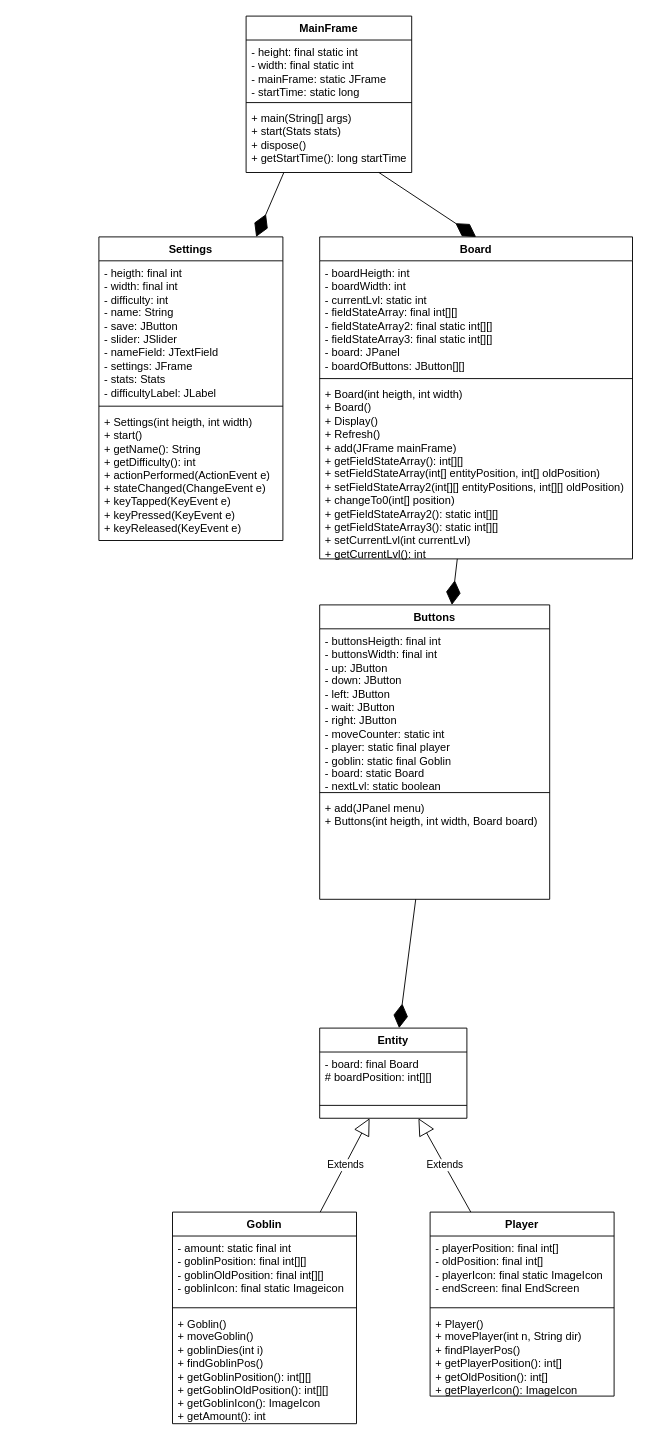
Earlier version of the draw.io diagram Untitled Diagram.drawio (jacob-w4/Java-simple-game). Source tidied: cells renumbered, new cells numbered last; positions are measured from the earlier drawing's top-left corner, leaving out a move shared by most shapes. Both pictures are drawn from the tidied source at 92%, with x=0, y=0 at pixel (98, 16).
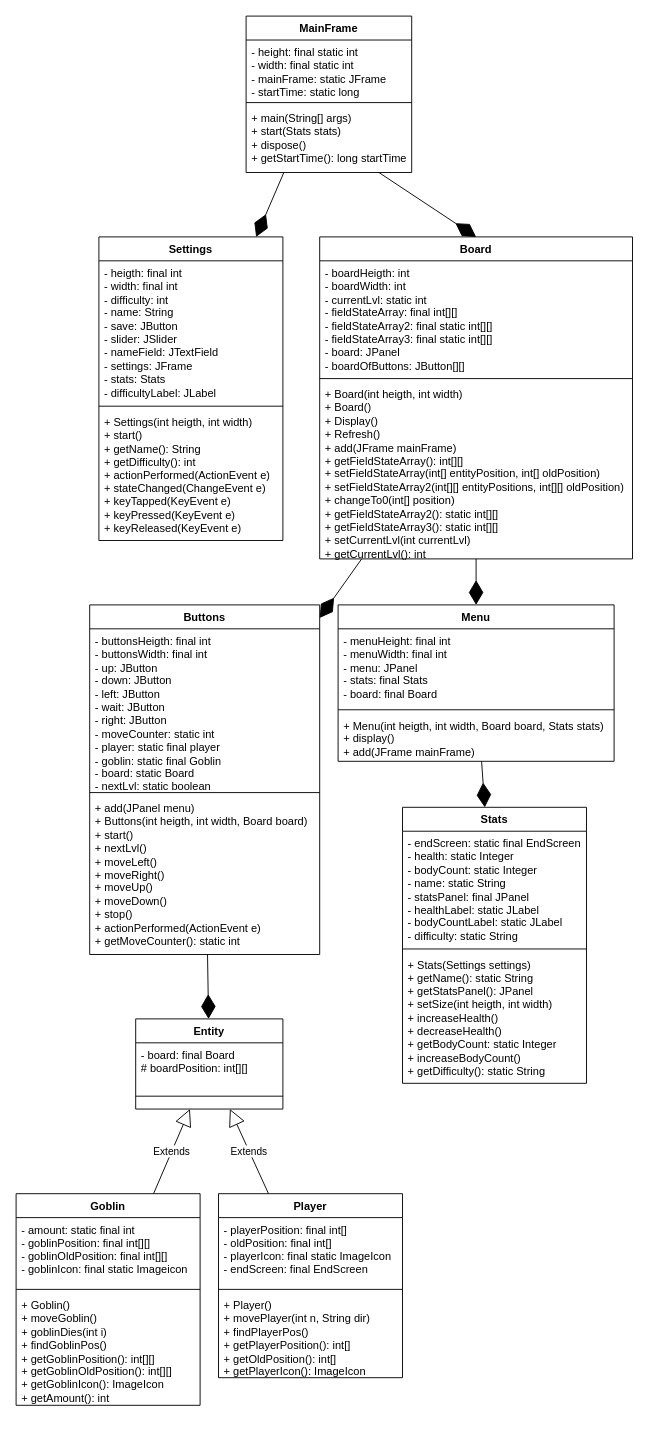
The same page after the edit.

Commit message:
Update Untitled Diagram 0_6.drawio

The change refers to these unchanged cells:
```xml
<mxCell id="21" value="Board" style="swimlane;fontStyle=1;align=center;verticalAlign=top;horizontal=1;startSize=26;whiteSpace=wrap;html=1;" parent="1" vertex="1">
  <mxGeometry x="240" y="240" width="340" height="350" as="geometry" />
</mxCell>
```

Diff of the diagram source:
```diff
@@
     <mxCell id="2" value="Entity" style="swimlane;fontStyle=1;align=center;verticalAlign=top;horizontal=1;startSize=26;whiteSpace=wrap;html=1;" parent="1" vertex="1">
-      <mxGeometry x="240" y="1100" width="160" height="98" as="geometry" />
+      <mxGeometry x="40" y="1090" width="160" height="98" as="geometry" />
     </mxCell>
@@
     <mxCell id="5" value="Goblin" style="swimlane;fontStyle=1;align=center;verticalAlign=top;horizontal=1;startSize=26;whiteSpace=wrap;html=1;" parent="1" vertex="1">
-      <mxGeometry x="80" y="1300" width="200" height="230" as="geometry" />
+      <mxGeometry x="-90" y="1280" width="200" height="230" as="geometry" />
     </mxCell>
@@
     <mxCell id="9" value="Player" style="swimlane;fontStyle=1;align=center;verticalAlign=top;horizontal=1;startSize=26;whiteSpace=wrap;html=1;" parent="1" vertex="1">
-      <mxGeometry x="360" y="1300" width="200" height="200" as="geometry" />
+      <mxGeometry x="130" y="1280" width="200" height="200" as="geometry" />
     </mxCell>
@@
     <mxCell id="30" value="Buttons" style="swimlane;fontStyle=1;align=center;verticalAlign=top;horizontal=1;startSize=26;whiteSpace=wrap;html=1;" parent="1" vertex="1">
-      <mxGeometry x="240" y="640" width="250" height="320" as="geometry" />
+      <mxGeometry x="-10" y="640" width="250" height="380" as="geometry" />
     </mxCell>
@@
-    <mxCell id="33" value="+ add(JPanel menu)&lt;br&gt;+ Buttons(int heigth, int width, Board board)" style="text;strokeColor=none;fillColor=none;align=left;verticalAlign=top;spacingLeft=4;spacingRight=4;overflow=hidden;whiteSpace=wrap;html=1;" parent="30" vertex="1">
-      <mxGeometry y="208" width="250" height="112" as="geometry" />
+    <mxCell id="33" value="+ add(JPanel menu)&lt;br&gt;+ Buttons(int heigth, int width, Board board)&lt;br&gt;+ start()&lt;br&gt;+ nextLvl()&lt;br&gt;+ moveLeft()&lt;br&gt;+ moveRight()&lt;br&gt;+ moveUp()&lt;br&gt;+ moveDown()&lt;br&gt;+ stop()&lt;br&gt;+ actionPerformed(ActionEvent e)&lt;br&gt;+ getMoveCounter(): static int" style="text;strokeColor=none;fillColor=none;align=left;verticalAlign=top;spacingLeft=4;spacingRight=4;overflow=hidden;whiteSpace=wrap;html=1;" parent="30" vertex="1">
+      <mxGeometry y="208" width="250" height="172" as="geometry" />
     </mxCell>
@@
+    <mxCell id="35" value="Menu" style="swimlane;fontStyle=1;align=center;verticalAlign=top;horizontal=1;startSize=26;whiteSpace=wrap;html=1;" parent="1" vertex="1">
+      <mxGeometry x="260" y="640" width="300" height="170" as="geometry" />
+    </mxCell>
+    <mxCell id="36" value="- menuHeight: final int&lt;br&gt;- menuWidth: final int&lt;br&gt;- menu: JPanel&lt;br&gt;- stats: final Stats&lt;br&gt;- board: final Board&lt;br&gt;" style="text;strokeColor=none;fillColor=none;align=left;verticalAlign=top;spacingLeft=4;spacingRight=4;overflow=hidden;whiteSpace=wrap;html=1;" parent="35" vertex="1">
+      <mxGeometry y="26" width="300" height="84" as="geometry" />
+    </mxCell>
+    <mxCell id="37" style="line;strokeWidth=1;fillColor=none;align=left;verticalAlign=middle;spacingTop=-1;spacingLeft=3;spacingRight=3;labelPosition=right;strokeColor=inherit;" parent="35" vertex="1">
+      <mxGeometry y="110" width="300" height="8" as="geometry" />
+    </mxCell>
+    <mxCell id="38" value="+ Menu(int heigth, int width, Board board, Stats stats)&lt;br&gt;+ display()&lt;br&gt;+ add(JFrame mainFrame)" style="text;strokeColor=none;fillColor=none;align=left;verticalAlign=top;spacingLeft=4;spacingRight=4;overflow=hidden;whiteSpace=wrap;html=1;" parent="35" vertex="1">
+      <mxGeometry y="118" width="300" height="52" as="geometry" />
+    </mxCell>
+    <mxCell id="39" style="endArrow=diamondThin;endFill=1;endSize=24;html=1;rounded=0;" parent="1" edge="1" source="21" target="35">
+      <mxGeometry relative="1" as="geometry" />
+    </mxCell>
+    <mxCell id="40" value="Stats" style="swimlane;fontStyle=1;align=center;verticalAlign=top;horizontal=1;startSize=26;whiteSpace=wrap;html=1;" parent="1" vertex="1">
+      <mxGeometry x="330" y="860" width="200" height="300" as="geometry" />
+    </mxCell>
+    <mxCell id="41" value="- endScreen: static final EndScreen&lt;br&gt;- health: static Integer&lt;br&gt;- bodyCount: static Integer&lt;br&gt;- name: static String&lt;br&gt;- statsPanel: final JPanel&lt;br&gt;- healthLabel: static JLabel&lt;br&gt;- bodyCountLabel: static JLabel&lt;br&gt;- difficulty: static String" style="text;strokeColor=none;fillColor=none;align=left;verticalAlign=top;spacingLeft=4;spacingRight=4;overflow=hidden;whiteSpace=wrap;html=1;" parent="40" vertex="1">
+      <mxGeometry y="26" width="200" height="124" as="geometry" />
+    </mxCell>
+    <mxCell id="42" style="line;strokeWidth=1;fillColor=none;align=left;verticalAlign=middle;spacingTop=-1;spacingLeft=3;spacingRight=3;labelPosition=right;strokeColor=inherit;" parent="40" vertex="1">
+      <mxGeometry y="150" width="200" height="8" as="geometry" />
+    </mxCell>
+    <mxCell id="43" value="+ Stats(Settings settings)&lt;br&gt;+ getName(): static String&lt;br&gt;+ getStatsPanel(): JPanel&lt;br&gt;+ setSize(int heigth, int width)&lt;br&gt;+ increaseHealth()&lt;br&gt;+ decreaseHealth()&lt;br&gt;+ getBodyCount: static Integer&lt;br&gt;+ increaseBodyCount()&lt;br&gt;+ getDifficulty(): static String" style="text;strokeColor=none;fillColor=none;align=left;verticalAlign=top;spacingLeft=4;spacingRight=4;overflow=hidden;whiteSpace=wrap;html=1;" parent="40" vertex="1">
+      <mxGeometry y="158" width="200" height="142" as="geometry" />
+    </mxCell>
+    <mxCell id="44" style="endArrow=diamondThin;endFill=1;endSize=24;html=1;rounded=0;" parent="1" edge="1" source="35" target="40">
+      <mxGeometry relative="1" as="geometry" />
+    </mxCell>
```
